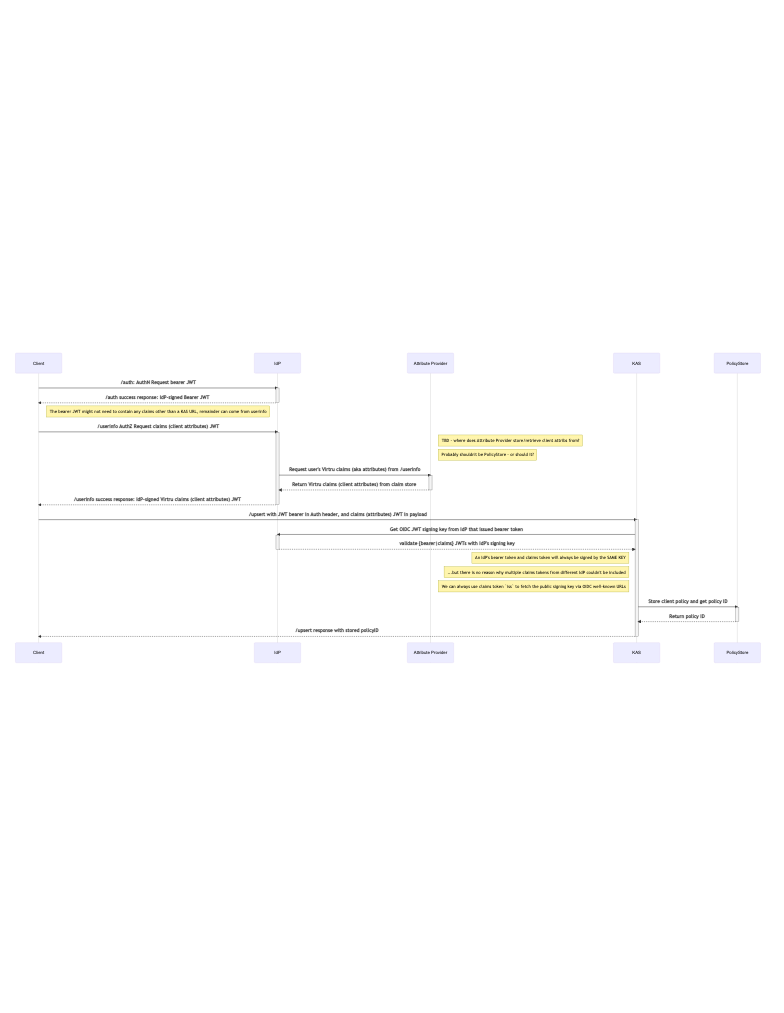
The Mermaid diagram diagrams/oidc-online-upsert.png in opentdf/spec, before a commit. Its source is kept beside it as diagrams/oidc-online-upsert.mmd.
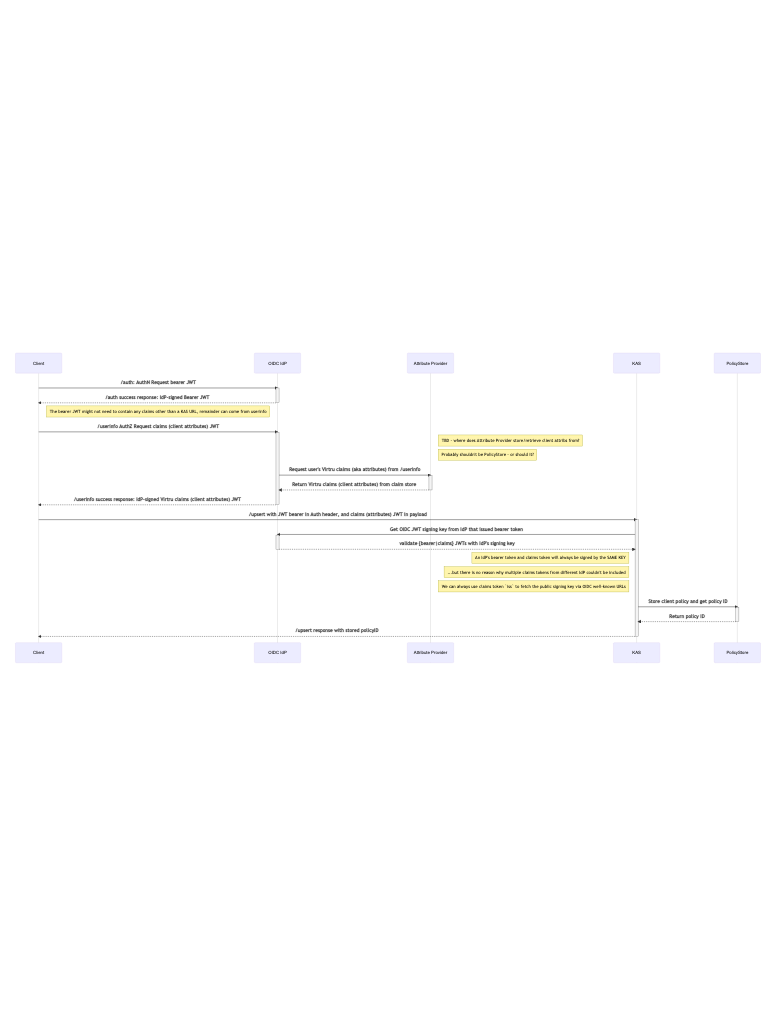
The same file after the commit.

The edit, as a diff of the source:
```diff
@@ -1,7 +1,7 @@
 sequenceDiagram
 
     participant Client
-    participant IdP
+    participant IdP as OIDC IdP
     participant Attribute Provider
     participant KAS
     participant PolicyStore
```
